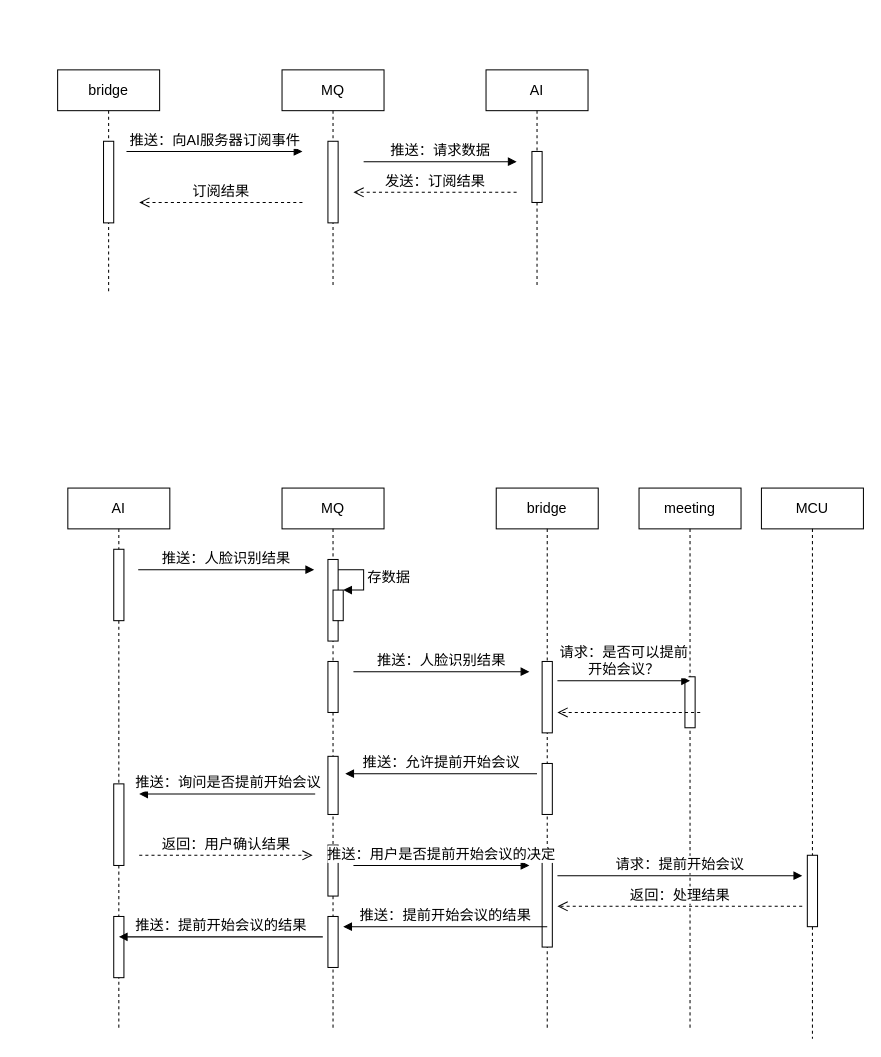
Earlier version of the draw.io diagram page "提前开始会议" (1 of 3) of AI-meeting/AI-meeting.drawio (waterwatermelon/graph). Source tidied: cells renumbered, new cells numbered last; positions are measured from the earlier drawing's top-left corner, leaving out a move shared by most shapes. Both pictures are drawn from the tidied source at 102%, with x=0, y=0 at pixel (57, 69).
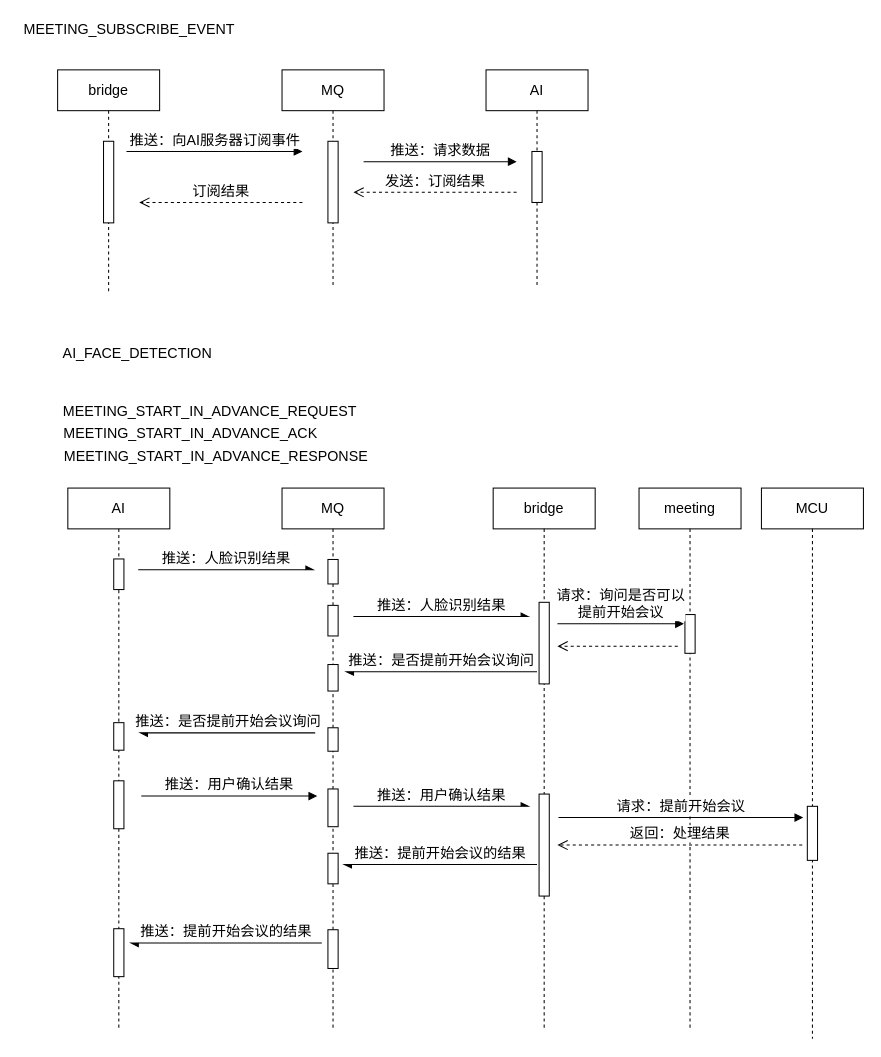
Above is the later version.

Unchanged cells that the change refers to:
```xml
<mxCell id="12" value="AI" style="shape=umlLifeline;perimeter=lifelinePerimeter;whiteSpace=wrap;html=1;fontSize=14;" parent="1" vertex="1">
  <mxGeometry x="10" y="410" width="100" height="530" as="geometry" />
</mxCell>
<mxCell id="20" value="MQ" style="shape=umlLifeline;perimeter=lifelinePerimeter;whiteSpace=wrap;html=1;fontSize=14;" parent="1" vertex="1">
  <mxGeometry x="220" y="410" width="100" height="530" as="geometry" />
</mxCell>
<mxCell id="28" value="meeting" style="shape=umlLifeline;perimeter=lifelinePerimeter;whiteSpace=wrap;html=1;fontSize=14;" parent="1" vertex="1">
  <mxGeometry x="570" y="410" width="100" height="530" as="geometry" />
</mxCell>
<mxCell id="38" value="MCU" style="shape=umlLifeline;perimeter=lifelinePerimeter;whiteSpace=wrap;html=1;fontSize=14;" parent="1" vertex="1">
  <mxGeometry x="690" y="410" width="100" height="540" as="geometry" />
</mxCell>
```

The edit, as a diff of the source:
```diff
@@
     <mxCell id="13" style="html=1;perimeter=orthogonalPerimeter;fontSize=14;" parent="12" vertex="1">
-      <mxGeometry x="45" y="60" width="10" height="70" as="geometry" />
+      <mxGeometry x="45" y="69.5" width="10" height="30" as="geometry" />
     </mxCell>
     <mxCell id="14" style="html=1;perimeter=orthogonalPerimeter;fontSize=14;" parent="12" vertex="1">
-      <mxGeometry x="45" y="290" width="10" height="80" as="geometry" />
+      <mxGeometry x="45" y="230" width="10" height="27" as="geometry" />
     </mxCell>
     <mxCell id="15" style="html=1;perimeter=orthogonalPerimeter;fontSize=14;" parent="12" vertex="1">
-      <mxGeometry x="45" y="420" width="10" height="60" as="geometry" />
+      <mxGeometry x="45" y="287" width="10" height="47" as="geometry" />
     </mxCell>
+    <mxCell id="44" style="html=1;perimeter=orthogonalPerimeter;fontSize=14;" parent="12" vertex="1">
+      <mxGeometry x="45" y="432" width="10" height="47" as="geometry" />
+    </mxCell>
     <mxCell id="16" value="bridge" style="shape=umlLifeline;perimeter=lifelinePerimeter;whiteSpace=wrap;html=1;fontSize=14;" parent="1" vertex="1">
-      <mxGeometry x="430" y="410" width="100" height="530" as="geometry" />
+      <mxGeometry x="427" y="410" width="100" height="530" as="geometry" />
     </mxCell>
     <mxCell id="17" style="html=1;perimeter=orthogonalPerimeter;fontSize=14;" parent="16" vertex="1">
-      <mxGeometry x="45" y="170" width="10" height="70" as="geometry" />
+      <mxGeometry x="45" y="112" width="10" height="80" as="geometry" />
     </mxCell>
-    <mxCell id="18" style="html=1;perimeter=orthogonalPerimeter;fontSize=14;" parent="16" vertex="1">
-      <mxGeometry x="45" y="270" width="10" height="50" as="geometry" />
-    </mxCell>
     <mxCell id="19" style="html=1;perimeter=orthogonalPerimeter;fontSize=14;" parent="16" vertex="1">
-      <mxGeometry x="45" y="360" width="10" height="90" as="geometry" />
+      <mxGeometry x="45" y="300" width="10" height="100" as="geometry" />
     </mxCell>
@@
     <mxCell id="21" style="html=1;perimeter=orthogonalPerimeter;fontSize=14;" parent="20" vertex="1">
-      <mxGeometry x="45" y="70" width="10" height="80" as="geometry" />
+      <mxGeometry x="45" y="70" width="10" height="24" as="geometry" />
     </mxCell>
-    <mxCell id="22" style="html=1;points=[];perimeter=orthogonalPerimeter;fontSize=14;" parent="20" vertex="1">
-      <mxGeometry x="50" y="100" width="10" height="30" as="geometry" />
-    </mxCell>
-    <mxCell id="23" value="存数据" style="edgeStyle=orthogonalEdgeStyle;html=1;align=left;spacingLeft=2;endArrow=block;rounded=0;entryX=1;entryY=0;fontSize=14;" parent="20" edge="1" target="22">
-      <mxGeometry relative="1" as="geometry">
-        <mxPoint x="55" y="80" as="sourcePoint" />
-        <Array as="points">
-          <mxPoint x="80" y="80" />
-        </Array>
-      </mxGeometry>
-    </mxCell>
-    <mxCell id="24" style="html=1;perimeter=orthogonalPerimeter;fontSize=14;" parent="20" vertex="1">
-      <mxGeometry x="45" y="170" width="10" height="50" as="geometry" />
-    </mxCell>
     <mxCell id="25" style="html=1;perimeter=orthogonalPerimeter;fontSize=14;" parent="20" vertex="1">
-      <mxGeometry x="45" y="263" width="10" height="57" as="geometry" />
+      <mxGeometry x="45" y="173" width="10" height="26" as="geometry" />
     </mxCell>
     <mxCell id="26" style="html=1;perimeter=orthogonalPerimeter;fontSize=14;" parent="20" vertex="1">
-      <mxGeometry x="45" y="350" width="10" height="50" as="geometry" />
+      <mxGeometry x="45" y="235" width="10" height="23" as="geometry" />
     </mxCell>
     <mxCell id="27" style="html=1;perimeter=orthogonalPerimeter;fontSize=14;" parent="20" vertex="1">
-      <mxGeometry x="45" y="420" width="10" height="50" as="geometry" />
+      <mxGeometry x="45" y="295" width="10" height="37" as="geometry" />
     </mxCell>
+    <mxCell id="45" style="html=1;perimeter=orthogonalPerimeter;fontSize=14;" parent="20" vertex="1">
+      <mxGeometry x="45" y="115" width="10" height="30" as="geometry" />
+    </mxCell>
+    <mxCell id="46" style="html=1;perimeter=orthogonalPerimeter;fontSize=14;" parent="20" vertex="1">
+      <mxGeometry x="45" y="358" width="10" height="30" as="geometry" />
+    </mxCell>
+    <mxCell id="47" style="html=1;perimeter=orthogonalPerimeter;fontSize=14;" parent="20" vertex="1">
+      <mxGeometry x="45" y="433" width="10" height="38" as="geometry" />
+    </mxCell>
@@
     <mxCell id="29" style="html=1;perimeter=orthogonalPerimeter;fontSize=14;" parent="28" vertex="1">
-      <mxGeometry x="45" y="185" width="10" height="50" as="geometry" />
+      <mxGeometry x="45" y="124" width="10" height="38" as="geometry" />
     </mxCell>
-    <mxCell id="30" value="推送：人脸识别结果" style="html=1;verticalAlign=bottom;endArrow=block;fontSize=14;" parent="1" edge="1">
+    <mxCell id="30" value="推送：人脸识别结果" style="html=1;verticalAlign=bottom;endArrow=async;fontSize=14;endFill=1;" parent="1" edge="1">
       <mxGeometry relative="1" as="geometry">
         <mxPoint x="79" y="490" as="sourcePoint" />
         <mxPoint x="251.5" y="490" as="targetPoint" />
       </mxGeometry>
     </mxCell>
-    <mxCell id="31" value="推送：人脸识别结果" style="html=1;verticalAlign=bottom;endArrow=block;fontSize=14;" parent="1" edge="1">
+    <mxCell id="31" value="推送：人脸识别结果" style="html=1;verticalAlign=bottom;endArrow=async;fontSize=14;endFill=1;" parent="1" edge="1">
       <mxGeometry relative="1" as="geometry">
-        <mxPoint x="290" y="590" as="sourcePoint" />
-        <mxPoint x="462.5" y="590" as="targetPoint" />
+        <mxPoint x="290" y="536" as="sourcePoint" />
+        <mxPoint x="462.5" y="536" as="targetPoint" />
       </mxGeometry>
     </mxCell>
-    <mxCell id="32" value="请求：是否可以提前&lt;br&gt;开始会议？" style="html=1;verticalAlign=bottom;endArrow=block;fontSize=14;" parent="1" edge="1">
+    <mxCell id="32" value="请求：询问是否可以&lt;br&gt;提前开始会议" style="html=1;verticalAlign=bottom;endArrow=block;fontSize=14;" parent="1" edge="1">
       <mxGeometry relative="1" as="geometry">
-        <mxPoint x="490" y="599" as="sourcePoint" />
-        <mxPoint x="620" y="599" as="targetPoint" />
+        <mxPoint x="490" y="543" as="sourcePoint" />
+        <mxPoint x="614" y="543" as="targetPoint" />
       </mxGeometry>
     </mxCell>
     <mxCell id="33" style="html=1;verticalAlign=bottom;endArrow=open;dashed=1;endSize=8;fontSize=14;" parent="1" edge="1">
       <mxGeometry relative="1" as="geometry">
-        <mxPoint x="630" y="630" as="sourcePoint" />
-        <mxPoint x="490" y="630" as="targetPoint" />
+        <mxPoint x="608" y="565" as="sourcePoint" />
+        <mxPoint x="490" y="565" as="targetPoint" />
       </mxGeometry>
     </mxCell>
-    <mxCell id="34" value="推送：允许提前开始会议" style="html=1;verticalAlign=bottom;endArrow=block;fontSize=14;" parent="1" edge="1">
+    <mxCell id="34" value="推送：是否提前开始会议询问" style="html=1;verticalAlign=bottom;endArrow=async;fontSize=14;endFill=1;" parent="1" edge="1">
       <mxGeometry relative="1" as="geometry">
-        <mxPoint x="470" y="690" as="sourcePoint" />
-        <mxPoint x="282" y="690" as="targetPoint" />
+        <mxPoint x="470" y="590" as="sourcePoint" />
+        <mxPoint x="282" y="590" as="targetPoint" />
       </mxGeometry>
     </mxCell>
-    <mxCell id="35" value="推送：询问是否提前开始会议" style="html=1;verticalAlign=bottom;endArrow=block;fontSize=14;" parent="1" edge="1">
+    <mxCell id="35" value="推送：是否提前开始会议询问" style="html=1;verticalAlign=bottom;endArrow=async;fontSize=14;endFill=1;" parent="1" edge="1">
       <mxGeometry relative="1" as="geometry">
-        <mxPoint x="252.5" y="710" as="sourcePoint" />
-        <mxPoint x="80" y="710" as="targetPoint" />
+        <mxPoint x="252.5" y="650" as="sourcePoint" />
+        <mxPoint x="80" y="650" as="targetPoint" />
       </mxGeometry>
     </mxCell>
-    <mxCell id="36" value="返回：用户确认结果" style="html=1;verticalAlign=bottom;endArrow=open;dashed=1;endSize=8;fontSize=14;" parent="1" edge="1">
-      <mxGeometry relative="1" as="geometry">
-        <mxPoint x="80" y="770" as="sourcePoint" />
-        <mxPoint x="250" y="770" as="targetPoint" />
-      </mxGeometry>
-    </mxCell>
-    <mxCell id="37" value="推送：用户是否提前开始会议的决定" style="html=1;verticalAlign=bottom;endArrow=block;fontSize=14;" parent="1" edge="1">
+    <mxCell id="37" value="推送：用户确认结果" style="html=1;verticalAlign=bottom;endArrow=async;fontSize=14;endFill=1;" parent="1" edge="1">
       <mxGeometry relative="1" as="geometry">
-        <mxPoint x="290" y="780" as="sourcePoint" />
-        <mxPoint x="462.5" y="780" as="targetPoint" />
+        <mxPoint x="290" y="722" as="sourcePoint" />
+        <mxPoint x="462.5" y="722" as="targetPoint" />
       </mxGeometry>
     </mxCell>
@@
     <mxCell id="39" style="html=1;perimeter=orthogonalPerimeter;fontSize=14;" parent="38" vertex="1">
-      <mxGeometry x="45" y="360" width="10" height="70" as="geometry" />
+      <mxGeometry x="45" y="312" width="10" height="53" as="geometry" />
     </mxCell>
     <mxCell id="40" value="请求：提前开始会议" style="html=1;verticalAlign=bottom;endArrow=block;fontSize=14;" parent="1" edge="1">
       <mxGeometry relative="1" as="geometry">
-        <mxPoint x="490" y="790" as="sourcePoint" />
-        <mxPoint x="730" y="790" as="targetPoint" />
+        <mxPoint x="491" y="733" as="sourcePoint" />
+        <mxPoint x="731" y="733" as="targetPoint" />
       </mxGeometry>
     </mxCell>
     <mxCell id="41" value="返回：处理结果" style="html=1;verticalAlign=bottom;endArrow=open;dashed=1;endSize=8;fontSize=14;" parent="1" edge="1">
       <mxGeometry relative="1" as="geometry">
-        <mxPoint x="730" y="820" as="sourcePoint" />
-        <mxPoint x="490" y="820" as="targetPoint" />
+        <mxPoint x="730" y="760" as="sourcePoint" />
+        <mxPoint x="490" y="760" as="targetPoint" />
       </mxGeometry>
     </mxCell>
-    <mxCell id="42" value="推送：提前开始会议的结果" style="html=1;verticalAlign=bottom;endArrow=block;fontSize=14;" parent="1" edge="1">
+    <mxCell id="42" value="推送：提前开始会议的结果" style="html=1;verticalAlign=bottom;endArrow=async;fontSize=14;endFill=1;" parent="1" edge="1">
       <mxGeometry relative="1" as="geometry">
-        <mxPoint x="480" y="840" as="sourcePoint" />
-        <mxPoint x="280" y="840" as="targetPoint" />
+        <mxPoint x="470" y="779" as="sourcePoint" />
+        <mxPoint x="280" y="779" as="targetPoint" />
       </mxGeometry>
     </mxCell>
-    <mxCell id="43" value="推送：提前开始会议的结果" style="html=1;verticalAlign=bottom;endArrow=block;fontSize=14;" parent="1" edge="1">
+    <mxCell id="43" value="推送：提前开始会议的结果" style="html=1;verticalAlign=bottom;endArrow=async;fontSize=14;endFill=1;" parent="1" edge="1">
       <mxGeometry relative="1" as="geometry">
-        <mxPoint x="260" y="850" as="sourcePoint" />
-        <mxPoint x="60" y="850" as="targetPoint" />
+        <mxPoint x="259" y="856" as="sourcePoint" />
+        <mxPoint x="71" y="856" as="targetPoint" />
       </mxGeometry>
     </mxCell>
+    <mxCell id="48" value="MEETING_SUBSCRIBE_EVENT" style="text;html=1;align=center;verticalAlign=middle;fontSize=14;" parent="1" vertex="1">
+      <mxGeometry x="-39" y="-51" width="217" height="21" as="geometry" />
+    </mxCell>
+    <mxCell id="49" value="AI_FACE_DETECTION" style="text;html=1;align=center;verticalAlign=middle;fontSize=14;" parent="1" vertex="1">
+      <mxGeometry y="267" width="156" height="21" as="geometry" />
+    </mxCell>
+    <mxCell id="50" value="MEETING_START_IN_ADVANCE_REQUEST" style="text;html=1;align=center;verticalAlign=middle;fontSize=14;" parent="1" vertex="1">
+      <mxGeometry y="324" width="298" height="21" as="geometry" />
+    </mxCell>
+    <mxCell id="51" value="MEETING_START_IN_ADVANCE_ACK" style="text;html=1;align=center;verticalAlign=middle;fontSize=14;" parent="1" vertex="1">
+      <mxGeometry y="345.5" width="259" height="21" as="geometry" />
+    </mxCell>
+    <mxCell id="52" value="MEETING_START_IN_ADVANCE_RESPONSE" style="text;html=1;align=center;verticalAlign=middle;fontSize=14;" parent="1" vertex="1">
+      <mxGeometry x="1" y="368" width="308" height="21" as="geometry" />
+    </mxCell>
+    <mxCell id="53" value="推送：用户确认结果" style="html=1;verticalAlign=bottom;endArrow=block;fontSize=14;" parent="1" edge="1">
+      <mxGeometry relative="1" as="geometry">
+        <mxPoint x="82" y="712" as="sourcePoint" />
+        <mxPoint x="254.5" y="712" as="targetPoint" />
+      </mxGeometry>
+    </mxCell>
```
